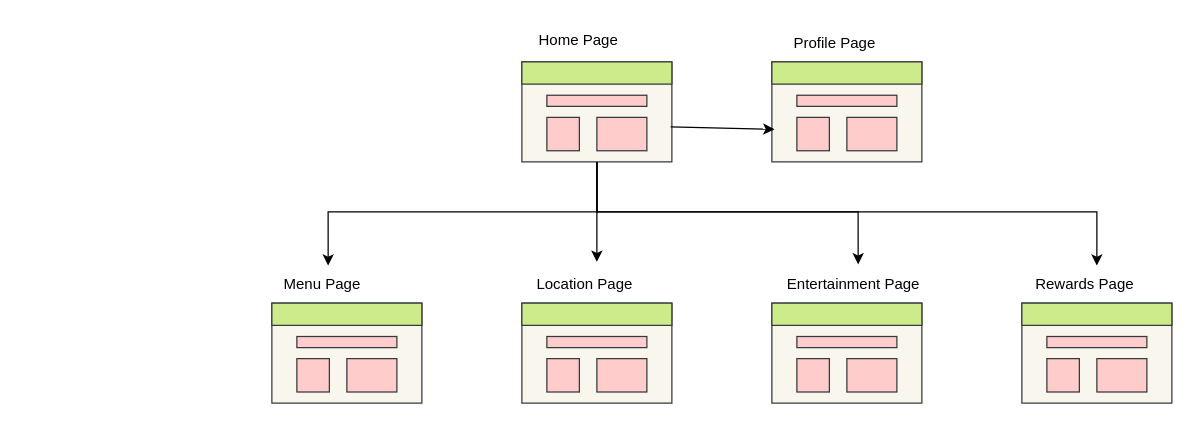
Before: UX/Storyboard mini.drawio in t-simeongordon/HTS-Fullstack-Caribbean-Restaurant, a draw.io diagram. Source tidied: cells renumbered, new cells numbered last; positions are measured from the earlier drawing's top-left corner, leaving out a move shared by most shapes. Both pictures are drawn from the tidied source at 125%, with x=0, y=0 at pixel (271, 21).
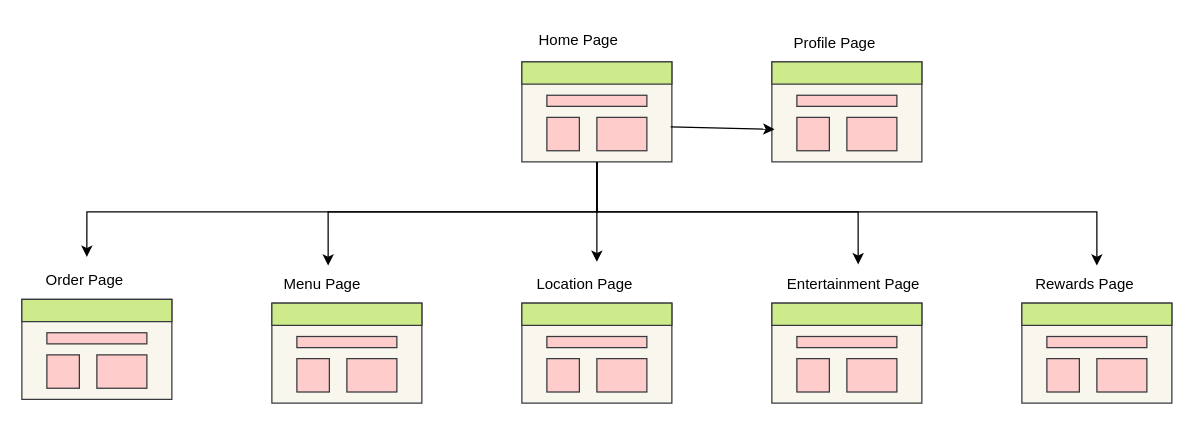
The same diagram, later.

The change refers to these unchanged cells:
```xml
<mxCell id="3" style="rounded=0;whiteSpace=wrap;html=1;fillColor=#f9f7ed;strokeColor=#36393d;" parent="2" vertex="1">
  <mxGeometry width="120" height="80" as="geometry" />
</mxCell>
```

The edit, as a diff of the source:
```diff
@@
+    <mxCell id="49" style="group;" parent="1" vertex="1">
+      <mxGeometry x="-200" y="222" width="120" height="80" as="geometry" />
+    </mxCell>
+    <mxCell id="50" style="rounded=0;whiteSpace=wrap;html=1;fillColor=#f9f7ed;strokeColor=#36393d;" parent="49" vertex="1">
+      <mxGeometry width="120" height="80" as="geometry" />
+    </mxCell>
+    <mxCell id="51" style="rounded=0;whiteSpace=wrap;html=1;fillColor=#cdeb8b;strokeColor=#36393d;" parent="49" vertex="1">
+      <mxGeometry width="120" height="17.8" as="geometry" />
+    </mxCell>
+    <mxCell id="52" style="rounded=0;whiteSpace=wrap;html=1;fillColor=#ffcccc;strokeColor=#36393d;" parent="49" vertex="1">
+      <mxGeometry x="20" y="26.7" width="80" height="8.9" as="geometry" />
+    </mxCell>
+    <mxCell id="53" style="rounded=0;whiteSpace=wrap;html=1;fillColor=#ffcccc;strokeColor=#36393d;" parent="49" vertex="1">
+      <mxGeometry x="20" y="44.4" width="26" height="26.7" as="geometry" />
+    </mxCell>
+    <mxCell id="54" style="rounded=0;whiteSpace=wrap;html=1;fillColor=#ffcccc;strokeColor=#36393d;" parent="49" vertex="1">
+      <mxGeometry x="60" y="44.4" width="40" height="26.7" as="geometry" />
+    </mxCell>
+    <mxCell id="55" value="Order Page" style="text;html=1;align=center;verticalAlign=middle;points=[];strokeColor=none;fillColor=none;" parent="1" vertex="1">
+      <mxGeometry x="-195" y="192" width="90" height="30" as="geometry" />
+    </mxCell>
+    <mxCell id="56" style="endArrow=classic;html=1;rounded=0;entryX=0.522;entryY=-0.133;entryDx=0;entryDy=0;entryPerimeter=0;exitX=0.5;exitY=1;exitDx=0;exitDy=0;" parent="1" edge="1" source="3" target="55">
+      <mxGeometry relative="1" as="geometry">
+        <Array as="points">
+          <mxPoint x="260" y="152" />
+          <mxPoint x="-148" y="152" />
+        </Array>
+      </mxGeometry>
+    </mxCell>
```
